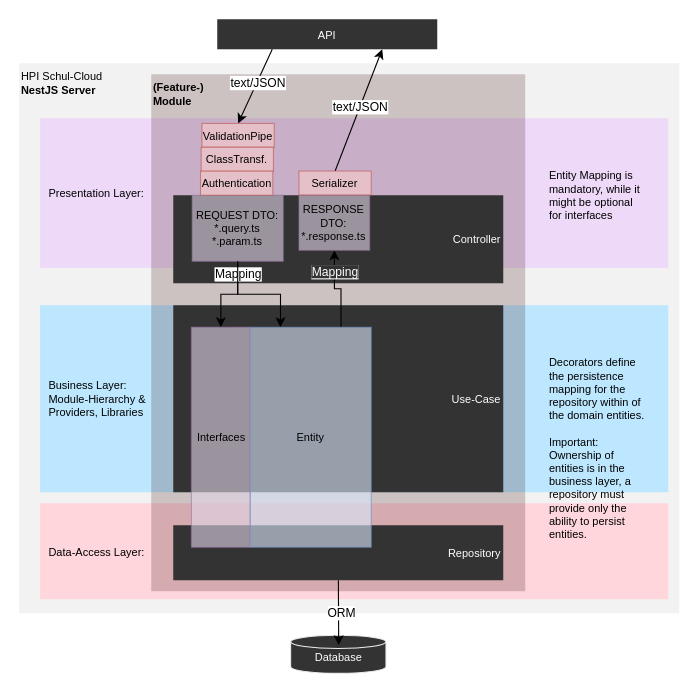
hpi-schul-cloud/schulcloud-server keeps this draw.io diagram as apps/assets/object-ownership.drawio. Above is the earlier version. Source tidied: cells renumbered, new cells numbered last; positions are measured from the earlier drawing's top-left corner, leaving out a move shared by most shapes. Both pictures are drawn from the tidied source at 110%, with x=0, y=0 at pixel (19, 19).
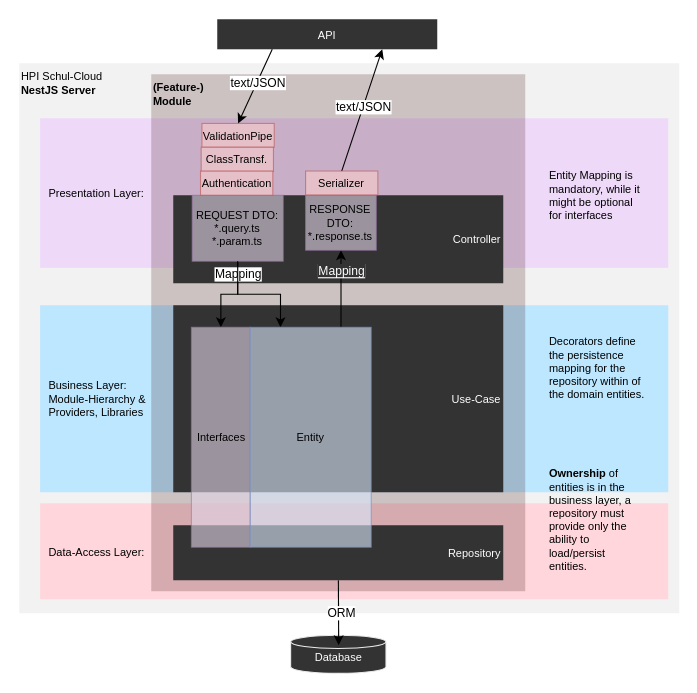
The same page after the edit.

Change to the diagram source:
```diff
@@
     <mxCell id="18" value="RESPONSE DTO:&lt;br&gt;*.response.ts" style="rounded=0;whiteSpace=wrap;html=1;align=center;fillColor=#e1d5e7;fontSize=10;strokeColor=#9673a6;opacity=60;" parent="1" vertex="1">
-      <mxGeometry x="254.3" y="160" width="64.3" height="50" as="geometry" />
+      <mxGeometry x="260.3" y="160" width="64.3" height="50" as="geometry" />
     </mxCell>
@@
     <mxCell id="25" value="Serializer" style="rounded=0;whiteSpace=wrap;html=1;align=center;fillColor=#f8cecc;fontSize=10;strokeColor=#b85450;opacity=60;" parent="1" vertex="1">
-      <mxGeometry x="254.3" y="138" width="65.7" height="21.7" as="geometry" />
+      <mxGeometry x="260.3" y="138" width="65.7" height="21.7" as="geometry" />
     </mxCell>
@@
-    <mxCell id="32" value="&lt;font color=&quot;#000000&quot; style=&quot;font-size: 10px&quot;&gt;Decorators define the persistence mapping for the repository within of the domain entities.&lt;br&gt;&lt;br&gt;Important: Ownership of entities is in the business layer, a repository must provide only the ability to persist entities.&amp;nbsp;&lt;br&gt;&lt;/font&gt;" style="text;html=1;strokeColor=none;fillColor=none;align=left;verticalAlign=middle;whiteSpace=wrap;rounded=0;fontSize=10;" parent="1" vertex="1">
-      <mxGeometry x="480" y="270" width="90" height="240" as="geometry" />
+    <mxCell id="32" value="&lt;font color=&quot;#000000&quot; style=&quot;font-size: 10px&quot;&gt;Decorators define the persistence mapping for the repository within of the domain entities.&lt;br&gt;&lt;br&gt;&lt;br&gt;&lt;br&gt;&lt;br&gt;&lt;br&gt;&lt;b&gt;Ownership&lt;/b&gt; of entities is in the business layer, a repository must provide only the ability to load/persist entities.&amp;nbsp;&lt;br&gt;&lt;/font&gt;" style="text;html=1;strokeColor=none;fillColor=none;align=left;verticalAlign=middle;whiteSpace=wrap;rounded=0;fontSize=10;" parent="1" vertex="1">
+      <mxGeometry x="480" y="280" width="90" height="230" as="geometry" />
     </mxCell>
```
